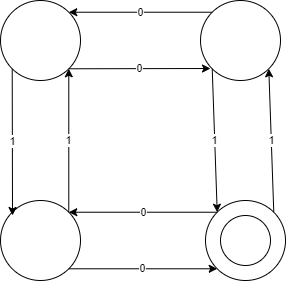
This is 4task2.png from kajigor/fl-2021-hse-win, a draw.io export, as it was before one commit. Source tidied: cells renumbered, new cells last; positions are measured from the earlier drawing's top-left corner, leaving out a move shared by most shapes.
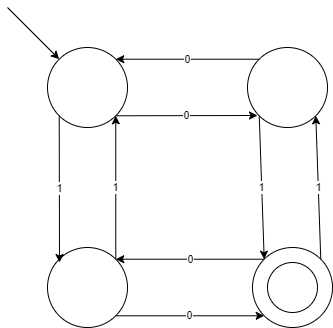
After the change.

Diff of the diagram source:
```diff
@@ -45,5 +45,10 @@
     <mxCell id="14" value="0" style="endArrow=classic;html=1;exitX=0;exitY=0;exitDx=0;exitDy=0;entryX=1;entryY=0;entryDx=0;entryDy=0;" parent="1" edge="1" source="2" target="3">
       <mxGeometry relative="1" as="geometry" />
     </mxCell>
+    <mxCell id="15" style="endArrow=classic;html=1;entryX=0;entryY=0;entryDx=0;entryDy=0;" parent="1" edge="1" target="5">
+      <mxGeometry relative="1" as="geometry">
+        <mxPoint x="-40" y="-40" as="sourcePoint" />
+      </mxGeometry>
+    </mxCell>
   </root>
 </mxGraphModel>
```
